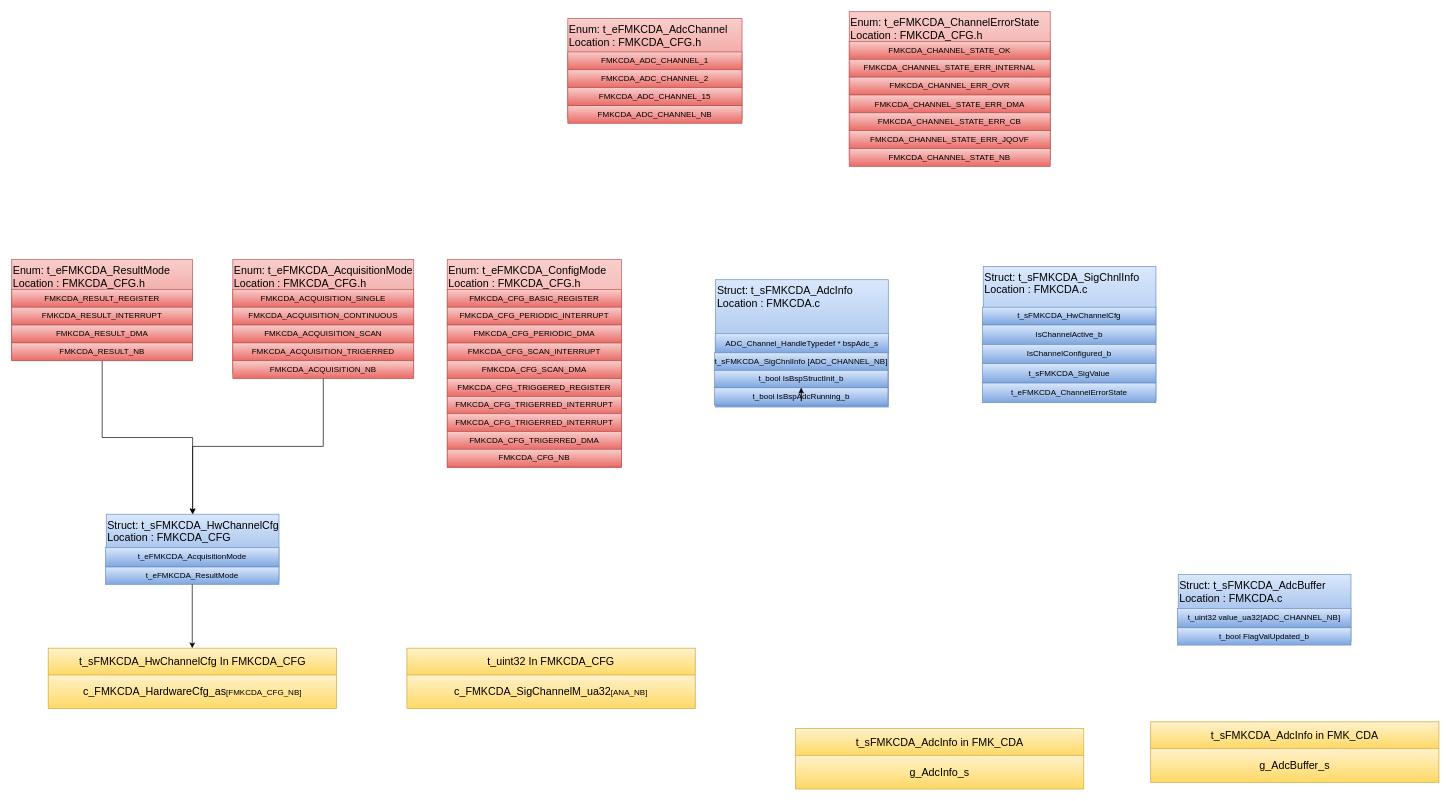
The draw.io diagram page "Types" (1 of 8) of src/1_FMK/FMK_HAL/FMK_CDA/Doc/FMK_CDA.drawio in mbarbeau0545/Stm32PrjTpl, before the edit. Source tidied: cells renumbered, new cells numbered last; positions are measured from the earlier drawing's top-left corner, leaving out a move shared by most shapes. Both pictures are drawn from the tidied source at 67%, with x=0, y=0 at pixel (11, 11).
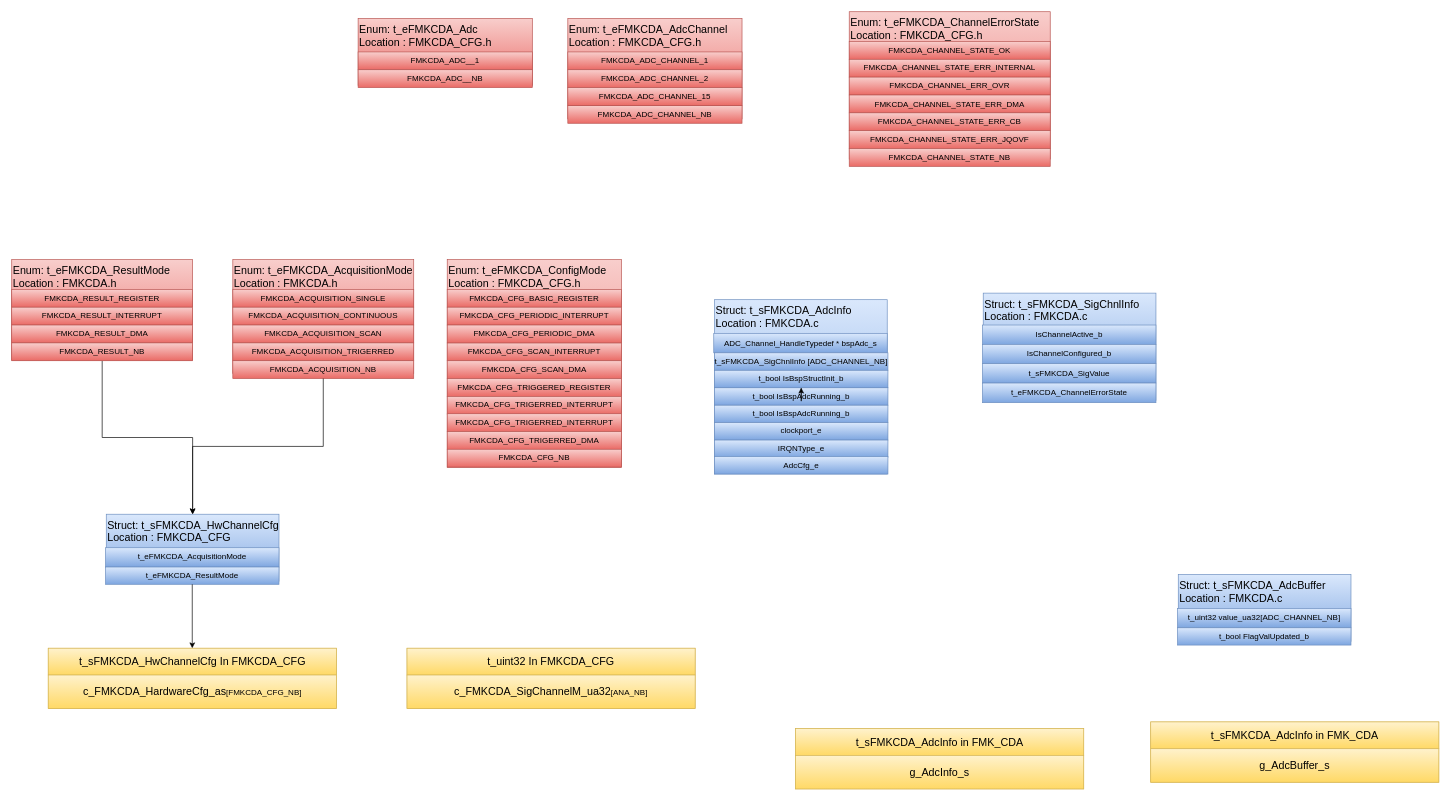
After the change.

Unchanged cells that the change refers to:
```xml
<mxCell id="2" style="group;" parent="1" vertex="1">
  <mxGeometry x="330" y="370" width="270" height="177.5" as="geometry" />
</mxCell>
```

The edit, as a diff of the source:
```diff
@@
-    <mxCell id="3" value="&lt;span style=&quot;color: rgb(0, 0, 0); text-wrap: nowrap;&quot;&gt;Enum: t_eFMKCDA_AcquisitionMode&lt;/span&gt;&lt;div&gt;&lt;span style=&quot;color: rgb(0, 0, 0); text-wrap: nowrap;&quot;&gt;Location : FMKCDA_CFG.h&lt;/span&gt;&lt;/div&gt;" style="rounded=0;whiteSpace=wrap;html=1;verticalAlign=top;fillColor=#f8cecc;gradientColor=#ea6b66;strokeColor=#b85450;fontSize=16;align=left;" parent="2" vertex="1">
+    <mxCell id="3" value="&lt;span style=&quot;color: rgb(0, 0, 0); text-wrap: nowrap;&quot;&gt;Enum: t_eFMKCDA_AcquisitionMode&lt;/span&gt;&lt;div&gt;&lt;span style=&quot;color: rgb(0, 0, 0); text-wrap: nowrap;&quot;&gt;Location : FMKCDA.h&lt;/span&gt;&lt;/div&gt;" style="rounded=0;whiteSpace=wrap;html=1;verticalAlign=top;fillColor=#f8cecc;gradientColor=#ea6b66;strokeColor=#b85450;fontSize=16;align=left;" parent="2" vertex="1">
       <mxGeometry width="270" height="170" as="geometry" />
     </mxCell>
@@
-    <mxCell id="9" value="&lt;span style=&quot;color: rgb(0, 0, 0); text-wrap: nowrap;&quot;&gt;Enum: t_eFMKCDA_ResultMode&lt;/span&gt;&lt;div&gt;&lt;span style=&quot;color: rgb(0, 0, 0); text-wrap: nowrap;&quot;&gt;Location : FMKCDA_CFG.h&lt;/span&gt;&lt;/div&gt;" style="rounded=0;whiteSpace=wrap;html=1;verticalAlign=top;fillColor=#f8cecc;gradientColor=#ea6b66;strokeColor=#b85450;fontSize=16;align=left;" parent="1" vertex="1">
+    <mxCell id="9" value="&lt;span style=&quot;color: rgb(0, 0, 0); text-wrap: nowrap;&quot;&gt;Enum: t_eFMKCDA_ResultMode&lt;/span&gt;&lt;div&gt;&lt;span style=&quot;color: rgb(0, 0, 0); text-wrap: nowrap;&quot;&gt;Location : FMKCDA.h&lt;/span&gt;&lt;/div&gt;" style="rounded=0;whiteSpace=wrap;html=1;verticalAlign=top;fillColor=#f8cecc;gradientColor=#ea6b66;strokeColor=#b85450;fontSize=16;align=left;" parent="1" vertex="1">
       <mxGeometry y="370" width="270" height="150" as="geometry" />
     </mxCell>
@@
     <mxCell id="60" value="&lt;span style=&quot;color: rgb(0, 0, 0); text-wrap: nowrap;&quot;&gt;Struct: t_sFMKCDA_AdcInfo&lt;/span&gt;&lt;div&gt;&lt;span style=&quot;color: rgb(0, 0, 0); text-wrap: nowrap;&quot;&gt;Location : FMKCDA.c&lt;/span&gt;&lt;/div&gt;" style="rounded=0;whiteSpace=wrap;html=1;verticalAlign=top;fillColor=#dae8fc;gradientColor=#7ea6e0;strokeColor=#6c8ebf;fontSize=16;align=left;fontStyle=0;" parent="1" vertex="1">
-      <mxGeometry x="1050.5" y="400" width="257.8" height="190" as="geometry" />
+      <mxGeometry x="1048.9" y="429.8" width="257.8" height="260.2" as="geometry" />
     </mxCell>
     <mxCell id="61" value="&lt;span style=&quot;color: rgb(0, 0, 0); text-align: left; text-wrap: nowrap;&quot;&gt;ADC_Channel_HandleTypedef * bspAdc_s&lt;/span&gt;" style="rounded=0;whiteSpace=wrap;html=1;fillColor=#dae8fc;gradientColor=#7ea6e0;strokeColor=#6c8ebf;fontStyle=0;" parent="1" vertex="1">
-      <mxGeometry x="1050" y="480" width="258.9" height="29.1" as="geometry" />
+      <mxGeometry x="1047.8" y="480" width="258.9" height="29.1" as="geometry" />
     </mxCell>
@@
     <mxCell id="66" value="&lt;span style=&quot;color: rgb(0, 0, 0); text-wrap: nowrap;&quot;&gt;Struct: t_sFMKCDA_SigChnlInfo&lt;/span&gt;&lt;div&gt;&lt;span style=&quot;color: rgb(0, 0, 0); text-wrap: nowrap;&quot;&gt;Location : FMKCDA.c&lt;/span&gt;&lt;/div&gt;" style="rounded=0;whiteSpace=wrap;html=1;verticalAlign=top;fillColor=#dae8fc;gradientColor=#7ea6e0;strokeColor=#6c8ebf;fontSize=16;align=left;fontStyle=0;" parent="1" vertex="1">
-      <mxGeometry x="1450" y="380" width="257.8" height="200" as="geometry" />
+      <mxGeometry x="1450" y="420" width="257.8" height="160" as="geometry" />
     </mxCell>
@@
-    <mxCell id="68" value="&lt;span style=&quot;color: rgb(0, 0, 0); text-align: left; text-wrap: nowrap;&quot;&gt;t_sFMKCDA_HwChannelCfg&lt;/span&gt;" style="rounded=0;whiteSpace=wrap;html=1;fillColor=#dae8fc;gradientColor=#7ea6e0;strokeColor=#6c8ebf;fontStyle=0;" parent="1" vertex="1">
-      <mxGeometry x="1448.9" y="441" width="258.9" height="25.8" as="geometry" />
-    </mxCell>
@@
+    <mxCell id="80" style="group;" parent="1" vertex="1">
+      <mxGeometry x="517" y="10" width="260" height="103.3" as="geometry" />
+    </mxCell>
+    <mxCell id="81" value="&lt;span style=&quot;color: rgb(0, 0, 0); text-wrap: nowrap;&quot;&gt;Enum: t_eFMKCDA_Adc&lt;/span&gt;&lt;div&gt;&lt;span style=&quot;color: rgb(0, 0, 0); text-wrap: nowrap;&quot;&gt;Location : FMKCDA_CFG.h&lt;/span&gt;&lt;/div&gt;" style="rounded=0;whiteSpace=wrap;html=1;verticalAlign=top;fillColor=#f8cecc;gradientColor=#ea6b66;strokeColor=#b85450;fontSize=16;align=left;" parent="80" vertex="1">
+      <mxGeometry width="260" height="100" as="geometry" />
+    </mxCell>
+    <mxCell id="82" value="FMKCDA_ADC__1" style="rounded=0;whiteSpace=wrap;html=1;fillColor=#f8cecc;gradientColor=#ea6b66;strokeColor=#b85450;fontColor=#000000;" parent="80" vertex="1">
+      <mxGeometry y="50" width="260" height="26.6" as="geometry" />
+    </mxCell>
+    <mxCell id="83" value="FMKCDA_ADC__NB" style="rounded=0;whiteSpace=wrap;html=1;fillColor=#f8cecc;gradientColor=#ea6b66;strokeColor=#b85450;fontColor=#000000;" parent="80" vertex="1">
+      <mxGeometry y="76.6" width="260" height="26.6" as="geometry" />
+    </mxCell>
+    <mxCell id="84" value="&lt;span style=&quot;color: rgb(0, 0, 0); text-align: left; text-wrap: nowrap;&quot;&gt;t_bool IsBspAdcRunning_b&lt;/span&gt;" style="rounded=0;whiteSpace=wrap;html=1;fillColor=#dae8fc;gradientColor=#7ea6e0;strokeColor=#6c8ebf;fontStyle=0;" parent="1" vertex="1">
+      <mxGeometry x="1048.9" y="587.3" width="258.9" height="26" as="geometry" />
+    </mxCell>
+    <mxCell id="85" value="&lt;span style=&quot;color: rgb(0, 0, 0); text-align: left; text-wrap: nowrap;&quot;&gt;clockport_e&lt;/span&gt;" style="rounded=0;whiteSpace=wrap;html=1;fillColor=#dae8fc;gradientColor=#7ea6e0;strokeColor=#6c8ebf;fontStyle=0;" parent="1" vertex="1">
+      <mxGeometry x="1048.9" y="613.3" width="258.9" height="26" as="geometry" />
+    </mxCell>
+    <mxCell id="86" value="&lt;div style=&quot;text-align: left;&quot;&gt;&lt;span style=&quot;background-color: initial; text-wrap: nowrap;&quot;&gt;&lt;font color=&quot;#000000&quot;&gt;IRQNType_e&lt;/font&gt;&lt;/span&gt;&lt;/div&gt;" style="rounded=0;whiteSpace=wrap;html=1;fillColor=#dae8fc;gradientColor=#7ea6e0;strokeColor=#6c8ebf;fontStyle=0;" parent="1" vertex="1">
+      <mxGeometry x="1048.9" y="639.3" width="258.9" height="26" as="geometry" />
+    </mxCell>
+    <mxCell id="87" value="&lt;div style=&quot;text-align: left;&quot;&gt;&lt;span style=&quot;background-color: initial; text-wrap: nowrap;&quot;&gt;&lt;font color=&quot;#000000&quot;&gt;AdcCfg_e&lt;/font&gt;&lt;/span&gt;&lt;/div&gt;" style="rounded=0;whiteSpace=wrap;html=1;fillColor=#dae8fc;gradientColor=#7ea6e0;strokeColor=#6c8ebf;fontStyle=0;" parent="1" vertex="1">
+      <mxGeometry x="1048.9" y="664" width="258.9" height="26" as="geometry" />
+    </mxCell>
```
